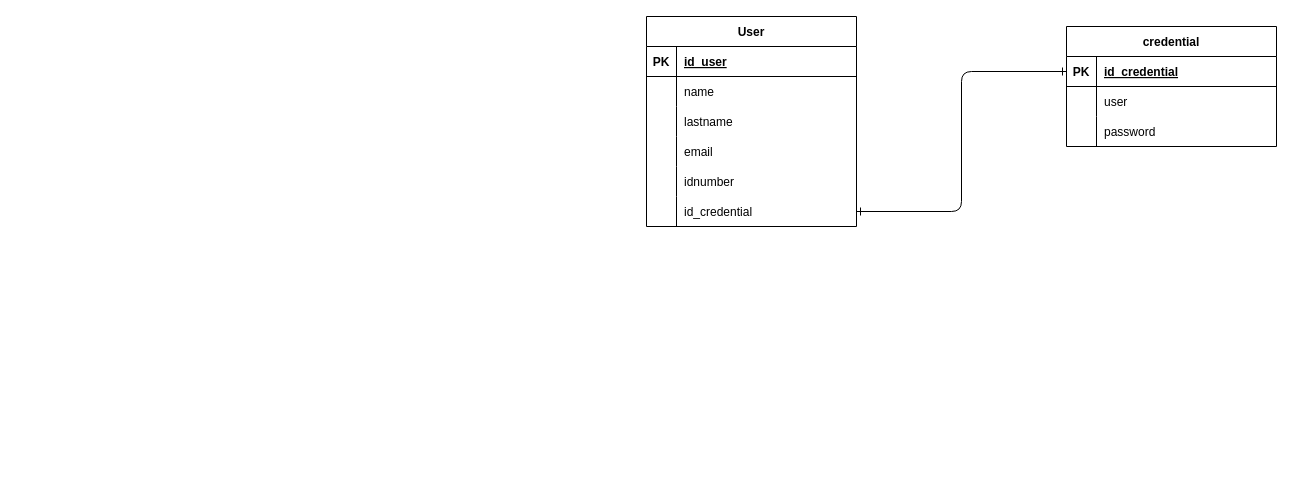
Phreniac/js-full-stack-trainee keeps this draw.io diagram as M7/AE4/transact/modelo-eer.drawio. Above is the earlier version. Source tidied: cells renumbered, new cells numbered last; positions are measured from the earlier drawing's top-left corner, leaving out a move shared by most shapes. Both pictures are drawn from the tidied source at 100%, with x=0, y=0 at pixel (646, 16).
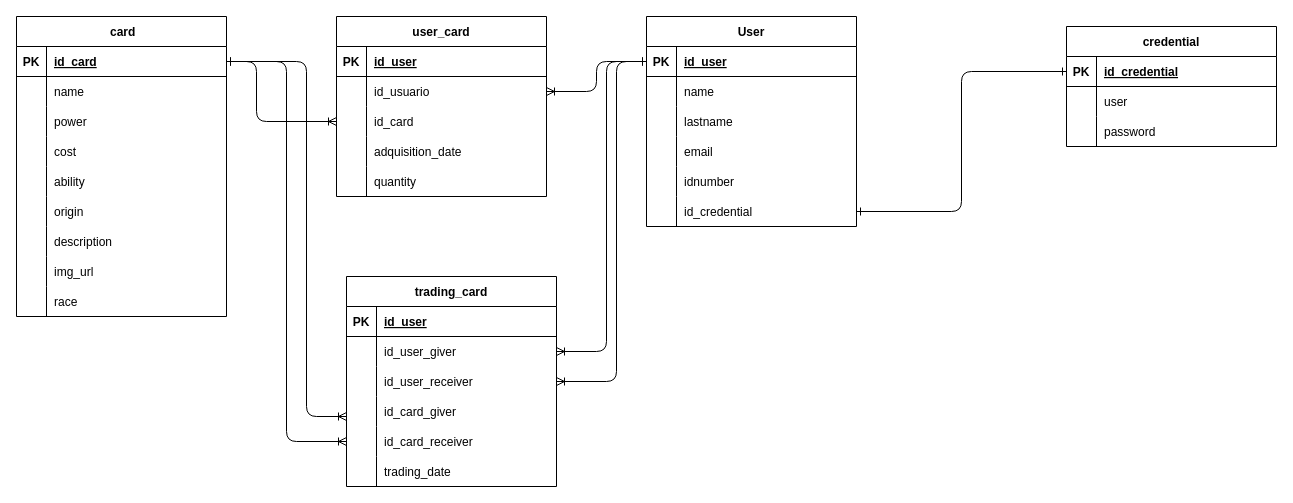
Above is the later version.

Unchanged cells that the change refers to:
```xml
<mxCell id="3" style="shape=tableRow;horizontal=0;startSize=0;swimlaneHead=0;swimlaneBody=0;fillColor=none;points=[[0,0.5],[1,0.5]];portConstraint=eastwest;top=0;left=0;right=0;bottom=1;" parent="2" vertex="1">
  <mxGeometry y="30" width="210" height="30" as="geometry" />
</mxCell>
```

The edit, as a diff of the source:
```diff
@@
+    <mxCell id="32" value="user_card" style="shape=table;startSize=30;childLayout=tableLayout;rowLines=0;fontStyle=1;align=center;" parent="1" vertex="1">
+      <mxGeometry x="-310" width="210" height="180" as="geometry" />
+    </mxCell>
+    <mxCell id="33" style="shape=tableRow;horizontal=0;startSize=0;swimlaneHead=0;swimlaneBody=0;fillColor=none;top=0;left=0;right=0;bottom=1;" parent="32" vertex="1">
+      <mxGeometry y="30" width="210" height="30" as="geometry" />
+    </mxCell>
+    <mxCell id="34" value="PK" style="shape=partialRectangle;fillColor=none;top=0;left=0;bottom=0;right=0;fontStyle=1;overflow=hidden;" parent="33" vertex="1">
+      <mxGeometry width="30" height="30" as="geometry" />
+    </mxCell>
+    <mxCell id="35" value="id_user" style="shape=partialRectangle;fillColor=none;top=0;left=0;bottom=0;right=0;align=left;spacingLeft=6;fontStyle=5;overflow=hidden;" parent="33" vertex="1">
+      <mxGeometry x="30" width="180" height="30" as="geometry" />
+    </mxCell>
+    <mxCell id="36" style="shape=tableRow;horizontal=0;startSize=0;swimlaneHead=0;swimlaneBody=0;fillColor=none;points=[[0,0.5],[1,0.5]];portConstraint=eastwest;top=0;left=0;right=0;bottom=0;" parent="32" vertex="1">
+      <mxGeometry y="60" width="210" height="30" as="geometry" />
+    </mxCell>
+    <mxCell id="37" style="shape=partialRectangle;fillColor=none;top=0;left=0;bottom=0;right=0;overflow=hidden;" parent="36" vertex="1">
+      <mxGeometry width="30" height="30" as="geometry" />
+    </mxCell>
+    <mxCell id="38" value="id_usuario" style="shape=partialRectangle;fillColor=none;top=0;left=0;bottom=0;right=0;align=left;spacingLeft=6;overflow=hidden;" parent="36" vertex="1">
+      <mxGeometry x="30" width="180" height="30" as="geometry" />
+    </mxCell>
+    <mxCell id="39" style="shape=tableRow;horizontal=0;startSize=0;swimlaneHead=0;swimlaneBody=0;fillColor=none;points=[[0,0.5],[1,0.5]];portConstraint=eastwest;top=0;left=0;right=0;bottom=0;" parent="32" vertex="1">
+      <mxGeometry y="90" width="210" height="30" as="geometry" />
+    </mxCell>
+    <mxCell id="40" style="shape=partialRectangle;fillColor=none;top=0;left=0;bottom=0;right=0;overflow=hidden;" parent="39" vertex="1">
+      <mxGeometry width="30" height="30" as="geometry" />
+    </mxCell>
+    <mxCell id="41" value="id_card" style="shape=partialRectangle;fillColor=none;top=0;left=0;bottom=0;right=0;align=left;spacingLeft=6;overflow=hidden;" parent="39" vertex="1">
+      <mxGeometry x="30" width="180" height="30" as="geometry" />
+    </mxCell>
+    <mxCell id="42" style="shape=tableRow;horizontal=0;startSize=0;swimlaneHead=0;swimlaneBody=0;fillColor=none;top=0;left=0;right=0;bottom=0;" parent="32" vertex="1">
+      <mxGeometry y="120" width="210" height="30" as="geometry" />
+    </mxCell>
+    <mxCell id="43" style="shape=partialRectangle;fillColor=none;top=0;left=0;bottom=0;right=0;overflow=hidden;" parent="42" vertex="1">
+      <mxGeometry width="30" height="30" as="geometry" />
+    </mxCell>
+    <mxCell id="44" value="adquisition_date" style="shape=partialRectangle;fillColor=none;top=0;left=0;bottom=0;right=0;align=left;spacingLeft=6;overflow=hidden;" parent="42" vertex="1">
+      <mxGeometry x="30" width="180" height="30" as="geometry" />
+    </mxCell>
+    <mxCell id="45" style="shape=tableRow;horizontal=0;startSize=0;swimlaneHead=0;swimlaneBody=0;fillColor=none;top=0;left=0;right=0;bottom=0;" parent="32" vertex="1">
+      <mxGeometry y="150" width="210" height="30" as="geometry" />
+    </mxCell>
+    <mxCell id="46" style="shape=partialRectangle;fillColor=none;top=0;left=0;bottom=0;right=0;overflow=hidden;" parent="45" vertex="1">
+      <mxGeometry width="30" height="30" as="geometry" />
+    </mxCell>
+    <mxCell id="47" value="quantity" style="shape=partialRectangle;fillColor=none;top=0;left=0;bottom=0;right=0;align=left;spacingLeft=6;overflow=hidden;" parent="45" vertex="1">
+      <mxGeometry x="30" width="180" height="30" as="geometry" />
+    </mxCell>
+    <mxCell id="48" value=" card" style="shape=table;startSize=30;childLayout=tableLayout;rowLines=0;fontStyle=1;align=center;" parent="1" vertex="1">
+      <mxGeometry x="-630" width="210" height="300" as="geometry" />
+    </mxCell>
+    <mxCell id="49" style="shape=tableRow;horizontal=0;startSize=0;swimlaneHead=0;swimlaneBody=0;fillColor=none;points=[[0,0.5],[1,0.5]];portConstraint=eastwest;top=0;left=0;right=0;bottom=1;" parent="48" vertex="1">
+      <mxGeometry y="30" width="210" height="30" as="geometry" />
+    </mxCell>
+    <mxCell id="50" value="PK" style="shape=partialRectangle;fillColor=none;top=0;left=0;bottom=0;right=0;fontStyle=1;overflow=hidden;" parent="49" vertex="1">
+      <mxGeometry width="30" height="30" as="geometry" />
+    </mxCell>
+    <mxCell id="51" value="id_card" style="shape=partialRectangle;fillColor=none;top=0;left=0;bottom=0;right=0;align=left;spacingLeft=6;fontStyle=5;overflow=hidden;" parent="49" vertex="1">
+      <mxGeometry x="30" width="180" height="30" as="geometry" />
+    </mxCell>
+    <mxCell id="52" style="shape=tableRow;horizontal=0;startSize=0;swimlaneHead=0;swimlaneBody=0;fillColor=none;top=0;left=0;right=0;bottom=0;" parent="48" vertex="1">
+      <mxGeometry y="60" width="210" height="30" as="geometry" />
+    </mxCell>
+    <mxCell id="53" style="shape=partialRectangle;fillColor=none;top=0;left=0;bottom=0;right=0;overflow=hidden;" parent="52" vertex="1">
+      <mxGeometry width="30" height="30" as="geometry" />
+    </mxCell>
+    <mxCell id="54" value="name" style="shape=partialRectangle;fillColor=none;top=0;left=0;bottom=0;right=0;align=left;spacingLeft=6;overflow=hidden;" parent="52" vertex="1">
+      <mxGeometry x="30" width="180" height="30" as="geometry" />
+    </mxCell>
+    <mxCell id="55" style="shape=tableRow;horizontal=0;startSize=0;swimlaneHead=0;swimlaneBody=0;fillColor=none;top=0;left=0;right=0;bottom=0;" parent="48" vertex="1">
+      <mxGeometry y="90" width="210" height="30" as="geometry" />
+    </mxCell>
+    <mxCell id="56" style="shape=partialRectangle;fillColor=none;top=0;left=0;bottom=0;right=0;overflow=hidden;" parent="55" vertex="1">
+      <mxGeometry width="30" height="30" as="geometry" />
+    </mxCell>
+    <mxCell id="57" value="power" style="shape=partialRectangle;fillColor=none;top=0;left=0;bottom=0;right=0;align=left;spacingLeft=6;overflow=hidden;" parent="55" vertex="1">
+      <mxGeometry x="30" width="180" height="30" as="geometry" />
+    </mxCell>
+    <mxCell id="58" style="shape=tableRow;horizontal=0;startSize=0;swimlaneHead=0;swimlaneBody=0;fillColor=none;top=0;left=0;right=0;bottom=0;" parent="48" vertex="1">
+      <mxGeometry y="120" width="210" height="30" as="geometry" />
+    </mxCell>
+    <mxCell id="59" style="shape=partialRectangle;fillColor=none;top=0;left=0;bottom=0;right=0;overflow=hidden;" parent="58" vertex="1">
+      <mxGeometry width="30" height="30" as="geometry" />
+    </mxCell>
+    <mxCell id="60" value="cost" style="shape=partialRectangle;fillColor=none;top=0;left=0;bottom=0;right=0;align=left;spacingLeft=6;overflow=hidden;" parent="58" vertex="1">
+      <mxGeometry x="30" width="180" height="30" as="geometry" />
+    </mxCell>
+    <mxCell id="61" style="shape=tableRow;horizontal=0;startSize=0;swimlaneHead=0;swimlaneBody=0;fillColor=none;top=0;left=0;right=0;bottom=0;" parent="48" vertex="1">
+      <mxGeometry y="150" width="210" height="30" as="geometry" />
+    </mxCell>
+    <mxCell id="62" style="shape=partialRectangle;fillColor=none;top=0;left=0;bottom=0;right=0;overflow=hidden;" parent="61" vertex="1">
+      <mxGeometry width="30" height="30" as="geometry" />
+    </mxCell>
+    <mxCell id="63" value="ability" style="shape=partialRectangle;fillColor=none;top=0;left=0;bottom=0;right=0;align=left;spacingLeft=6;overflow=hidden;" parent="61" vertex="1">
+      <mxGeometry x="30" width="180" height="30" as="geometry" />
+    </mxCell>
+    <mxCell id="64" style="shape=tableRow;horizontal=0;startSize=0;swimlaneHead=0;swimlaneBody=0;fillColor=none;top=0;left=0;right=0;bottom=0;" parent="48" vertex="1">
+      <mxGeometry y="180" width="210" height="30" as="geometry" />
+    </mxCell>
+    <mxCell id="65" style="shape=partialRectangle;fillColor=none;top=0;left=0;bottom=0;right=0;overflow=hidden;" parent="64" vertex="1">
+      <mxGeometry width="30" height="30" as="geometry" />
+    </mxCell>
+    <mxCell id="66" value="origin" style="shape=partialRectangle;fillColor=none;top=0;left=0;bottom=0;right=0;align=left;spacingLeft=6;overflow=hidden;" parent="64" vertex="1">
+      <mxGeometry x="30" width="180" height="30" as="geometry" />
+    </mxCell>
+    <mxCell id="67" style="shape=tableRow;horizontal=0;startSize=0;swimlaneHead=0;swimlaneBody=0;fillColor=none;top=0;left=0;right=0;bottom=0;" parent="48" vertex="1">
+      <mxGeometry y="210" width="210" height="30" as="geometry" />
+    </mxCell>
+    <mxCell id="68" style="shape=partialRectangle;fillColor=none;top=0;left=0;bottom=0;right=0;overflow=hidden;" parent="67" vertex="1">
+      <mxGeometry width="30" height="30" as="geometry" />
+    </mxCell>
+    <mxCell id="69" value="description" style="shape=partialRectangle;fillColor=none;top=0;left=0;bottom=0;right=0;align=left;spacingLeft=6;overflow=hidden;" parent="67" vertex="1">
+      <mxGeometry x="30" width="180" height="30" as="geometry" />
+    </mxCell>
+    <mxCell id="70" style="shape=tableRow;horizontal=0;startSize=0;swimlaneHead=0;swimlaneBody=0;fillColor=none;top=0;left=0;right=0;bottom=0;" parent="48" vertex="1">
+      <mxGeometry y="240" width="210" height="30" as="geometry" />
+    </mxCell>
+    <mxCell id="71" style="shape=partialRectangle;fillColor=none;top=0;left=0;bottom=0;right=0;overflow=hidden;" parent="70" vertex="1">
+      <mxGeometry width="30" height="30" as="geometry" />
+    </mxCell>
+    <mxCell id="72" value="img_url" style="shape=partialRectangle;fillColor=none;top=0;left=0;bottom=0;right=0;align=left;spacingLeft=6;overflow=hidden;" parent="70" vertex="1">
+      <mxGeometry x="30" width="180" height="30" as="geometry" />
+    </mxCell>
+    <mxCell id="73" style="shape=tableRow;horizontal=0;startSize=0;swimlaneHead=0;swimlaneBody=0;fillColor=none;top=0;left=0;right=0;bottom=0;" parent="48" vertex="1">
+      <mxGeometry y="270" width="210" height="30" as="geometry" />
+    </mxCell>
+    <mxCell id="74" style="shape=partialRectangle;fillColor=none;top=0;left=0;bottom=0;right=0;overflow=hidden;" parent="73" vertex="1">
+      <mxGeometry width="30" height="30" as="geometry" />
+    </mxCell>
+    <mxCell id="75" value="race" style="shape=partialRectangle;fillColor=none;top=0;left=0;bottom=0;right=0;align=left;spacingLeft=6;overflow=hidden;" parent="73" vertex="1">
+      <mxGeometry x="30" width="180" height="30" as="geometry" />
+    </mxCell>
+    <mxCell id="76" value="trading_card" style="shape=table;startSize=30;childLayout=tableLayout;rowLines=0;fontStyle=1;align=center;" parent="1" vertex="1">
+      <mxGeometry x="-300" y="260" width="210" height="210" as="geometry" />
+    </mxCell>
+    <mxCell id="77" style="shape=tableRow;horizontal=0;startSize=0;swimlaneHead=0;swimlaneBody=0;fillColor=none;top=0;left=0;right=0;bottom=1;" parent="76" vertex="1">
+      <mxGeometry y="30" width="210" height="30" as="geometry" />
+    </mxCell>
+    <mxCell id="78" value="PK" style="shape=partialRectangle;fillColor=none;top=0;left=0;bottom=0;right=0;fontStyle=1;overflow=hidden;" parent="77" vertex="1">
+      <mxGeometry width="30" height="30" as="geometry" />
+    </mxCell>
+    <mxCell id="79" value="id_user" style="shape=partialRectangle;fillColor=none;top=0;left=0;bottom=0;right=0;align=left;spacingLeft=6;fontStyle=5;overflow=hidden;" parent="77" vertex="1">
+      <mxGeometry x="30" width="180" height="30" as="geometry" />
+    </mxCell>
+    <mxCell id="80" style="shape=tableRow;horizontal=0;startSize=0;swimlaneHead=0;swimlaneBody=0;fillColor=none;points=[[0,0.5],[1,0.5]];portConstraint=eastwest;top=0;left=0;right=0;bottom=0;" parent="76" vertex="1">
+      <mxGeometry y="60" width="210" height="30" as="geometry" />
+    </mxCell>
+    <mxCell id="81" style="shape=partialRectangle;fillColor=none;top=0;left=0;bottom=0;right=0;overflow=hidden;" parent="80" vertex="1">
+      <mxGeometry width="30" height="30" as="geometry" />
+    </mxCell>
+    <mxCell id="82" value="id_user_giver" style="shape=partialRectangle;fillColor=none;top=0;left=0;bottom=0;right=0;align=left;spacingLeft=6;overflow=hidden;" parent="80" vertex="1">
+      <mxGeometry x="30" width="180" height="30" as="geometry" />
+    </mxCell>
+    <mxCell id="83" style="shape=tableRow;horizontal=0;startSize=0;swimlaneHead=0;swimlaneBody=0;fillColor=none;points=[[0,0.5],[1,0.5]];portConstraint=eastwest;top=0;left=0;right=0;bottom=0;" parent="76" vertex="1">
+      <mxGeometry y="90" width="210" height="30" as="geometry" />
+    </mxCell>
+    <mxCell id="84" style="shape=partialRectangle;fillColor=none;top=0;left=0;bottom=0;right=0;overflow=hidden;" parent="83" vertex="1">
+      <mxGeometry width="30" height="30" as="geometry" />
+    </mxCell>
+    <mxCell id="85" value="id_user_receiver" style="shape=partialRectangle;fillColor=none;top=0;left=0;bottom=0;right=0;align=left;spacingLeft=6;overflow=hidden;" parent="83" vertex="1">
+      <mxGeometry x="30" width="180" height="30" as="geometry" />
+    </mxCell>
+    <mxCell id="86" style="shape=tableRow;horizontal=0;startSize=0;swimlaneHead=0;swimlaneBody=0;fillColor=none;top=0;left=0;right=0;bottom=0;" parent="76" vertex="1">
+      <mxGeometry y="120" width="210" height="30" as="geometry" />
+    </mxCell>
+    <mxCell id="87" style="shape=partialRectangle;fillColor=none;top=0;left=0;bottom=0;right=0;overflow=hidden;" parent="86" vertex="1">
+      <mxGeometry width="30" height="30" as="geometry" />
+    </mxCell>
+    <mxCell id="88" value="id_card_giver" style="shape=partialRectangle;fillColor=none;top=0;left=0;bottom=0;right=0;align=left;spacingLeft=6;overflow=hidden;" parent="86" vertex="1">
+      <mxGeometry x="30" width="180" height="30" as="geometry" />
+    </mxCell>
+    <mxCell id="89" style="shape=tableRow;horizontal=0;startSize=0;swimlaneHead=0;swimlaneBody=0;fillColor=none;points=[[0,0.5],[1,0.5]];portConstraint=eastwest;top=0;left=0;right=0;bottom=0;" parent="76" vertex="1">
+      <mxGeometry y="150" width="210" height="30" as="geometry" />
+    </mxCell>
+    <mxCell id="90" style="shape=partialRectangle;fillColor=none;top=0;left=0;bottom=0;right=0;overflow=hidden;" parent="89" vertex="1">
+      <mxGeometry width="30" height="30" as="geometry" />
+    </mxCell>
+    <mxCell id="91" value="id_card_receiver" style="shape=partialRectangle;fillColor=none;top=0;left=0;bottom=0;right=0;align=left;spacingLeft=6;overflow=hidden;" parent="89" vertex="1">
+      <mxGeometry x="30" width="180" height="30" as="geometry" />
+    </mxCell>
+    <mxCell id="92" style="shape=tableRow;horizontal=0;startSize=0;swimlaneHead=0;swimlaneBody=0;fillColor=none;top=0;left=0;right=0;bottom=0;" parent="76" vertex="1">
+      <mxGeometry y="180" width="210" height="30" as="geometry" />
+    </mxCell>
+    <mxCell id="93" style="shape=partialRectangle;fillColor=none;top=0;left=0;bottom=0;right=0;overflow=hidden;" parent="92" vertex="1">
+      <mxGeometry width="30" height="30" as="geometry" />
+    </mxCell>
+    <mxCell id="94" value="trading_date" style="shape=partialRectangle;fillColor=none;top=0;left=0;bottom=0;right=0;align=left;spacingLeft=6;overflow=hidden;" parent="92" vertex="1">
+      <mxGeometry x="30" width="180" height="30" as="geometry" />
+    </mxCell>
+    <mxCell id="95" style="edgeStyle=orthogonalEdgeStyle;html=1;exitX=1;exitY=0.5;exitDx=0;exitDy=0;entryX=0;entryY=0.5;entryDx=0;entryDy=0;startArrow=ERone;startFill=0;endArrow=ERoneToMany;endFill=0;" parent="1" edge="1" source="49" target="39">
+      <mxGeometry relative="1" as="geometry">
+        <Array as="points">
+          <mxPoint x="-390" y="45" />
+          <mxPoint x="-390" y="105" />
+        </Array>
+      </mxGeometry>
+    </mxCell>
+    <mxCell id="96" style="edgeStyle=orthogonalEdgeStyle;html=1;exitX=0;exitY=0.5;exitDx=0;exitDy=0;entryX=1;entryY=0.5;entryDx=0;entryDy=0;endArrow=ERoneToMany;endFill=0;startArrow=ERone;startFill=0;" parent="1" edge="1" source="3" target="36">
+      <mxGeometry relative="1" as="geometry" />
+    </mxCell>
+    <mxCell id="97" style="edgeStyle=orthogonalEdgeStyle;html=1;exitX=1;exitY=0.5;exitDx=0;exitDy=0;startArrow=ERone;startFill=0;endArrow=ERoneToMany;endFill=0;" parent="1" edge="1" source="49">
+      <mxGeometry relative="1" as="geometry">
+        <mxPoint x="-300" y="400" as="targetPoint" />
+        <Array as="points">
+          <mxPoint x="-340" y="45" />
+          <mxPoint x="-340" y="400" />
+        </Array>
+      </mxGeometry>
+    </mxCell>
+    <mxCell id="98" style="edgeStyle=orthogonalEdgeStyle;html=1;exitX=1;exitY=0.5;exitDx=0;exitDy=0;entryX=0;entryY=0.5;entryDx=0;entryDy=0;startArrow=ERone;startFill=0;endArrow=ERoneToMany;endFill=0;" parent="1" edge="1" source="49" target="89">
+      <mxGeometry relative="1" as="geometry" />
+    </mxCell>
+    <mxCell id="99" style="edgeStyle=orthogonalEdgeStyle;html=1;exitX=0;exitY=0.5;exitDx=0;exitDy=0;entryX=1;entryY=0.5;entryDx=0;entryDy=0;startArrow=ERone;startFill=0;endArrow=ERoneToMany;endFill=0;" parent="1" edge="1" source="3" target="80">
+      <mxGeometry relative="1" as="geometry">
+        <Array as="points">
+          <mxPoint x="-40" y="45" />
+          <mxPoint x="-40" y="335" />
+        </Array>
+      </mxGeometry>
+    </mxCell>
+    <mxCell id="100" style="edgeStyle=orthogonalEdgeStyle;html=1;exitX=0;exitY=0.5;exitDx=0;exitDy=0;entryX=1;entryY=0.5;entryDx=0;entryDy=0;startArrow=ERone;startFill=0;endArrow=ERoneToMany;endFill=0;" parent="1" edge="1" source="3" target="83">
+      <mxGeometry relative="1" as="geometry">
+        <Array as="points">
+          <mxPoint x="-30" y="45" />
+          <mxPoint x="-30" y="365" />
+        </Array>
+      </mxGeometry>
+    </mxCell>
```
